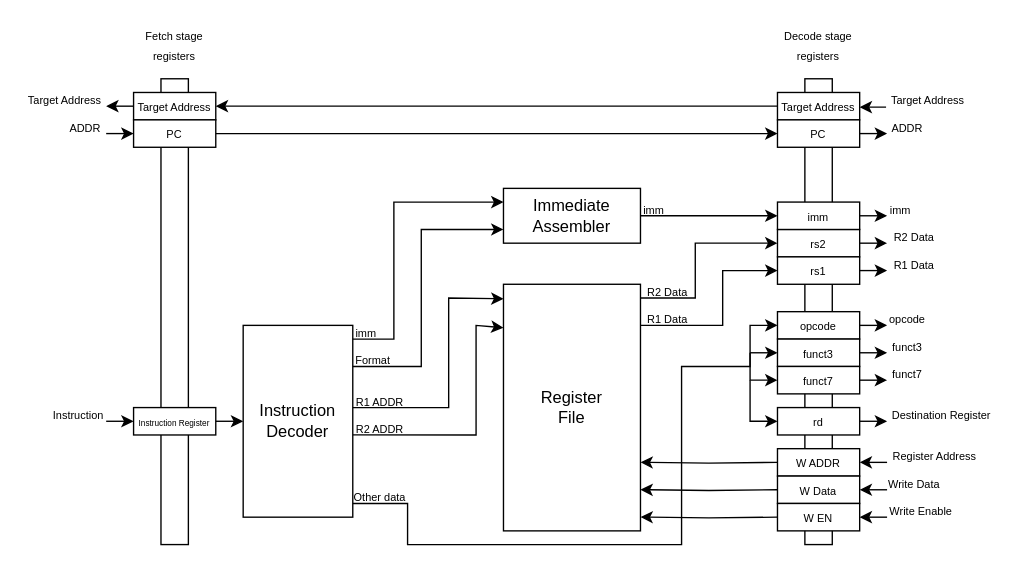
This is page "Decode stage" (3 of 6) of docs/imgs/microarchitecture/multi-cycle_datapath.drawio from WachirawichN/C0-CPU, a draw.io file, before an edit. Source tidied: cells renumbered, new cells numbered last; positions are measured from the earlier drawing's top-left corner, leaving out a move shared by most shapes. Both pictures are drawn from the tidied source at 137%, with x=0, y=0 at pixel (23, 23).
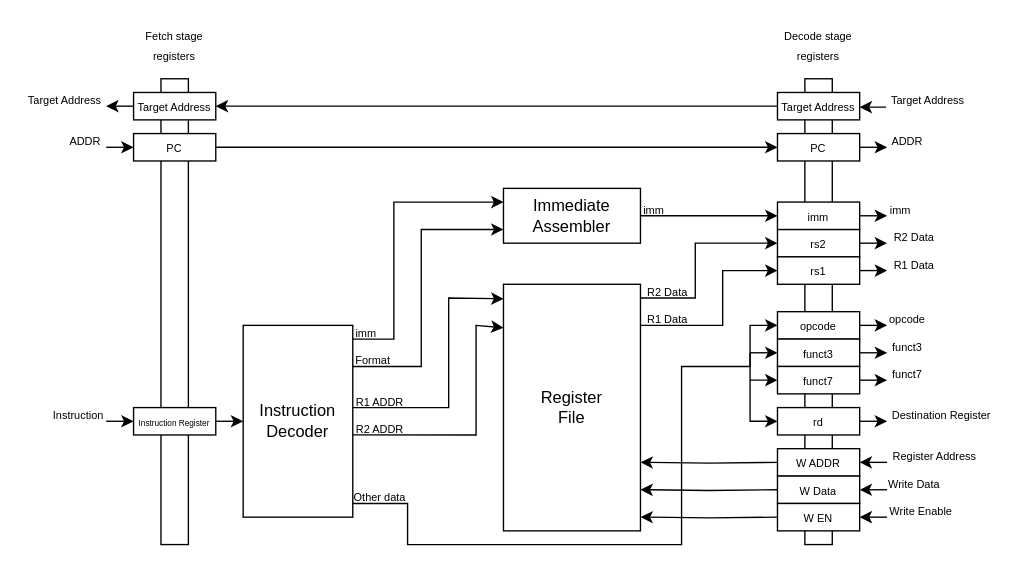
Above is the later version.

The change refers to these unchanged cells:
```xml
<mxCell id="60" style="group;" parent="1" vertex="1">
  <mxGeometry x="550" width="60" height="380" as="geometry" />
</mxCell>
<mxCell id="75" style="group;" parent="1" vertex="1">
  <mxGeometry x="80" width="60" height="380" as="geometry" />
</mxCell>
```

The edit, as a diff of the source:
```diff
@@
-    <mxCell id="37" style="edgeStyle=orthogonalEdgeStyle;rounded=0;orthogonalLoop=1;jettySize=auto;html=1;entryX=0;entryY=0.5;entryDx=0;entryDy=0;exitX=1;exitY=1;exitDx=0;exitDy=0;" parent="1" edge="1">
-      <mxGeometry relative="1" as="geometry">
-        <mxPoint x="60" y="80" as="sourcePoint" />
-        <mxPoint x="80" y="80" as="targetPoint" />
-        <Array as="points">
-          <mxPoint x="60" y="80" />
-        </Array>
-      </mxGeometry>
-    </mxCell>
@@
-    <mxCell id="40" value="&lt;font style=&quot;font-size: 8px;&quot;&gt;ADDR&lt;/font&gt;" style="text;html=1;whiteSpace=wrap;strokeColor=none;fillColor=none;align=center;verticalAlign=middle;rounded=0;" parent="1" vertex="1">
-      <mxGeometry x="30" y="70" width="30" height="10" as="geometry" />
-    </mxCell>
@@
     <mxCell id="56" style="edgeStyle=orthogonalEdgeStyle;rounded=0;jettySize=auto;html=1;entryX=0;entryY=1;entryDx=0;entryDy=0;" parent="1" edge="1" target="57">
       <mxGeometry relative="1" as="geometry">
-        <mxPoint x="610" y="80" as="sourcePoint" />
+        <mxPoint x="610" y="90" as="sourcePoint" />
       </mxGeometry>
     </mxCell>
     <mxCell id="57" value="&lt;font style=&quot;font-size: 8px;&quot;&gt;ADDR&lt;/font&gt;" style="text;html=1;whiteSpace=wrap;strokeColor=none;fillColor=none;align=center;verticalAlign=middle;rounded=0;" parent="1" vertex="1">
-      <mxGeometry x="630" y="70" width="30" height="10" as="geometry" />
+      <mxGeometry x="630" y="80" width="30" height="10" as="geometry" />
     </mxCell>
@@
     <mxCell id="73" value="&lt;font style=&quot;font-size: 8px;&quot;&gt;PC&lt;/font&gt;" style="rounded=0;whiteSpace=wrap;html=1;strokeColor=light-dark(#000000,#FFFFFF);fillColor=light-dark(#FFFFFF,#000000);" parent="60" vertex="1">
-      <mxGeometry y="70" width="60" height="20" as="geometry" />
+      <mxGeometry y="80" width="60" height="20" as="geometry" />
     </mxCell>
@@
     <mxCell id="80" value="&lt;font style=&quot;font-size: 8px;&quot;&gt;PC&lt;/font&gt;" style="rounded=0;whiteSpace=wrap;html=1;strokeColor=light-dark(#000000,#FFFFFF);fillColor=light-dark(#FFFFFF,#000000);" parent="75" vertex="1">
-      <mxGeometry y="70" width="60" height="20" as="geometry" />
+      <mxGeometry y="80" width="60" height="20" as="geometry" />
     </mxCell>
+    <mxCell id="37" style="edgeStyle=orthogonalEdgeStyle;rounded=0;orthogonalLoop=1;jettySize=auto;html=1;entryX=0;entryY=0.5;entryDx=0;entryDy=0;exitX=1;exitY=1;exitDx=0;exitDy=0;" parent="75" edge="1">
+      <mxGeometry relative="1" as="geometry">
+        <mxPoint x="-20" y="90" as="sourcePoint" />
+        <mxPoint y="90" as="targetPoint" />
+        <Array as="points">
+          <mxPoint x="-20" y="90" />
+        </Array>
+      </mxGeometry>
+    </mxCell>
+    <mxCell id="40" value="&lt;font style=&quot;font-size: 8px;&quot;&gt;ADDR&lt;/font&gt;" style="text;html=1;whiteSpace=wrap;strokeColor=none;fillColor=none;align=center;verticalAlign=middle;rounded=0;" parent="75" vertex="1">
+      <mxGeometry x="-50" y="80" width="30" height="10" as="geometry" />
+    </mxCell>
```
